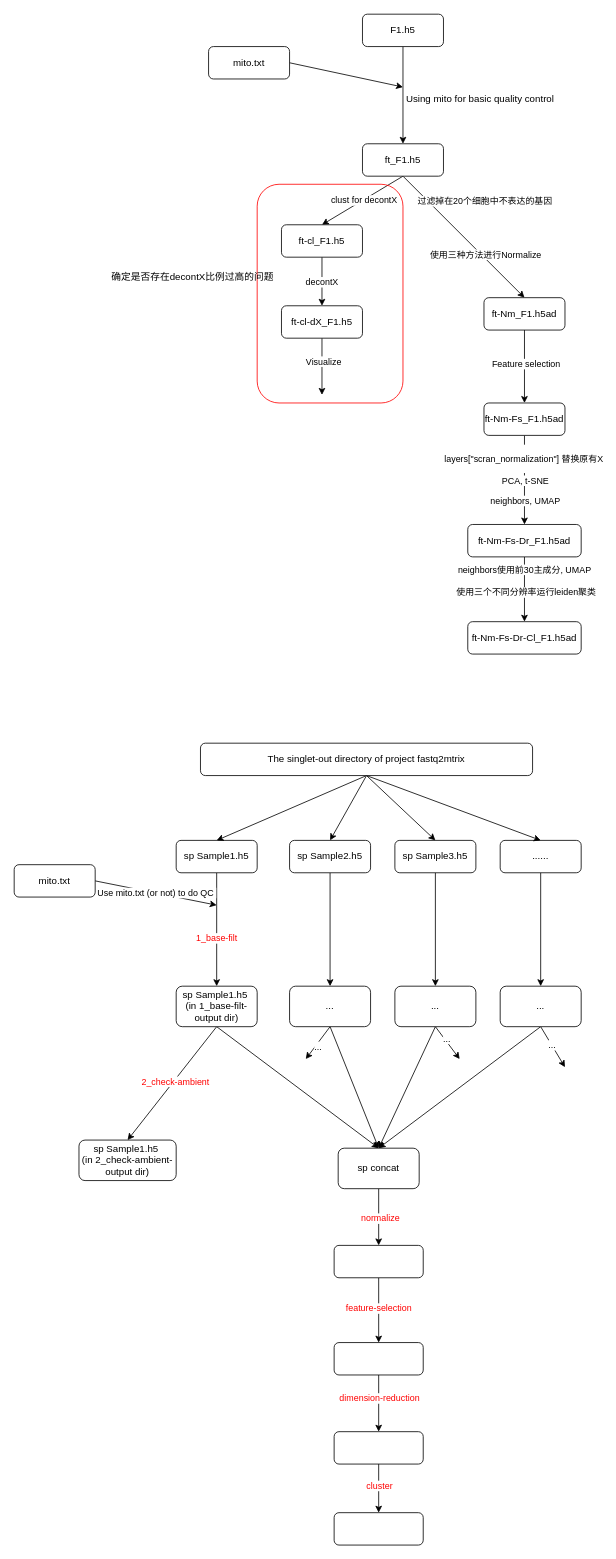
zliu90693/downstream_analysis keeps this draw.io diagram as .structure/main.drawio. Above is the earlier version. Source tidied: cells renumbered, new cells numbered last; positions are measured from the earlier drawing's top-left corner, leaving out a move shared by most shapes. Both pictures are drawn from the tidied source at 81%, with x=0, y=0 at pixel (14, 14).
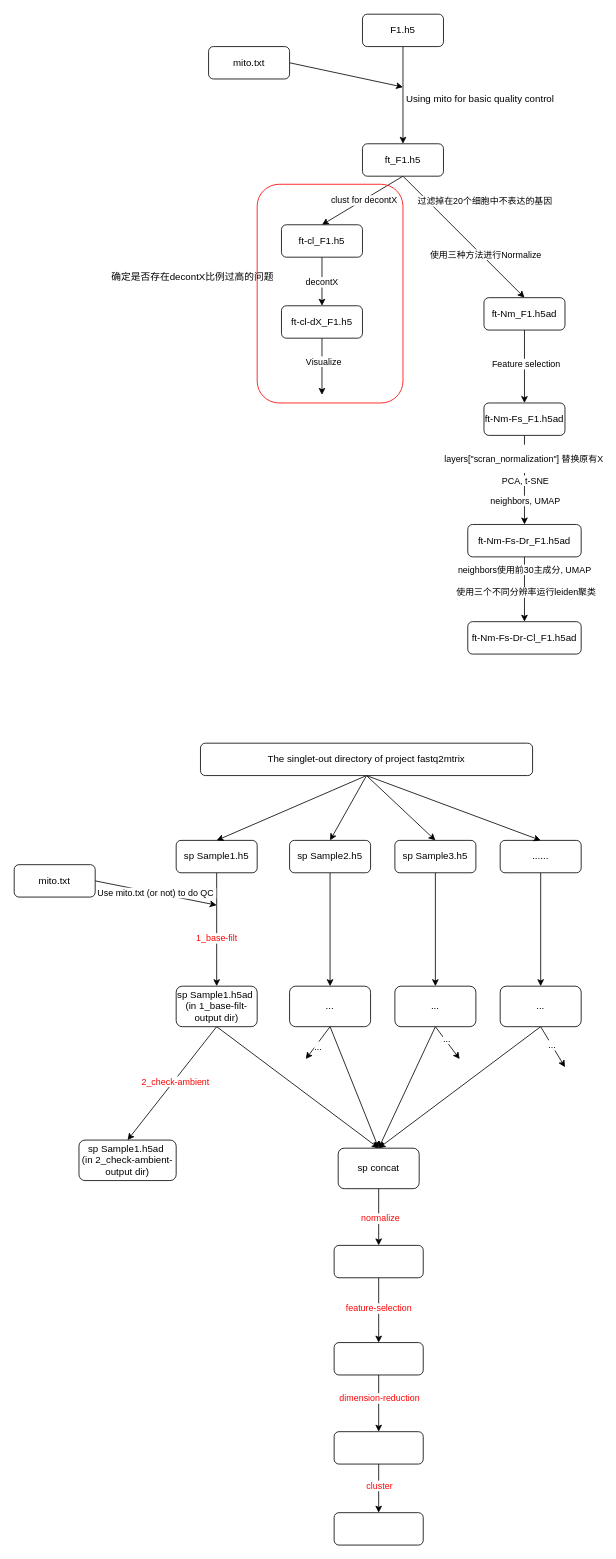
After the change.

Commit message (it also covers changes not shown here):
before check ambient

Change to the diagram source:
```diff
@@
-    <mxCell id="57" value="sp Sample1.h5&amp;nbsp;&lt;div&gt;(in 1_base-filt-output dir)&lt;/div&gt;" style="rounded=1;whiteSpace=wrap;html=1;" parent="1" vertex="1">
+    <mxCell id="57" value="sp Sample1.h5ad&amp;nbsp;&lt;div&gt;(in 1_base-filt-output dir)&lt;/div&gt;" style="rounded=1;whiteSpace=wrap;html=1;" parent="1" vertex="1">
       <mxGeometry x="200" y="1200" width="100" height="50" as="geometry" />
     </mxCell>
-    <mxCell id="58" value="sp Sample1.h5&amp;nbsp;&lt;div&gt;(in 2_check-ambient-output dir)&lt;/div&gt;" style="rounded=1;whiteSpace=wrap;html=1;" parent="1" vertex="1">
+    <mxCell id="58" value="sp Sample1.h5ad&amp;nbsp;&lt;div&gt;(in 2_check-ambient-output dir)&lt;/div&gt;" style="rounded=1;whiteSpace=wrap;html=1;" parent="1" vertex="1">
       <mxGeometry x="80" y="1390" width="120" height="50" as="geometry" />
     </mxCell>
```
